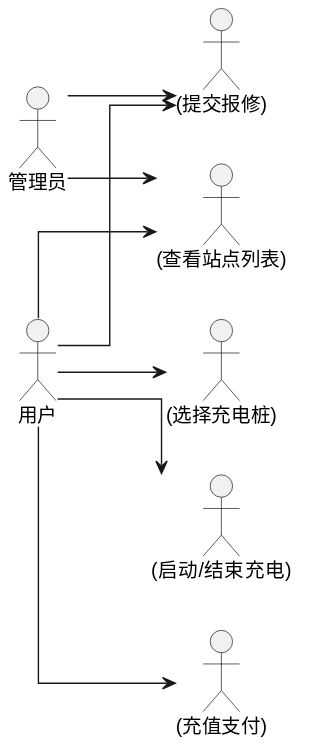
This is usecase/docs/frontend/img/frontend_usecases.svg from greenhandzdl/charging-station-doc, a PlantUML export, as it was before one commit.
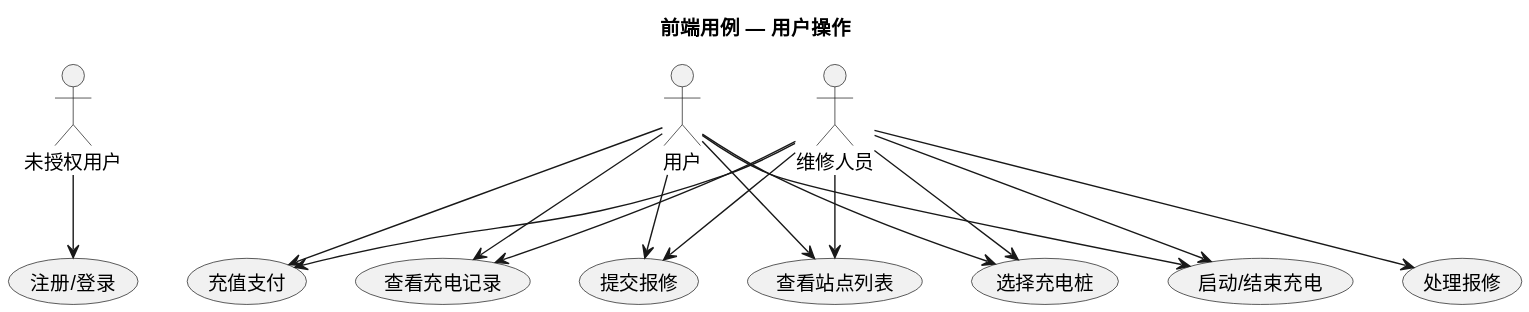
Later version of the same file.

The edit, as a diff of the source:
```diff
@@ -1,22 +1,32 @@
 @startuml
-left to right direction
-skinparam linetype ortho
+title 前端用例 — 用户操作
+skinparam useCaseShape rectangle
 
+actor "未授权用户" as G
 actor "用户" as U
-actor "管理员" as A
+actor "维修人员" as M
 
-"(查看站点列表)" as VSL
-"(选择充电桩)" as SC
-"(启动/结束充电)" as CS
-"(充值支付)" as PAY
-"(提交报修)" as SRT
+usecase "注册/登录" as LOG
+usecase "查看站点列表" as VSL
+usecase "选择充电桩" as SC
+usecase "启动/结束充电" as CS
+usecase "充值支付" as PAY
+usecase "查看充电记录" as VCR
+usecase "提交报修" as SRT
+usecase "处理报修" as HR
 
+G --> LOG
 U --> VSL
 U --> SC
 U --> CS
 U --> PAY
+U --> VCR
 U --> SRT
-
-A --> SRT
-A --> VSL
+M --> VSL
+M --> SC
+M --> CS
+M --> PAY
+M --> VCR
+M --> SRT
+M --> HR
 @enduml
```
